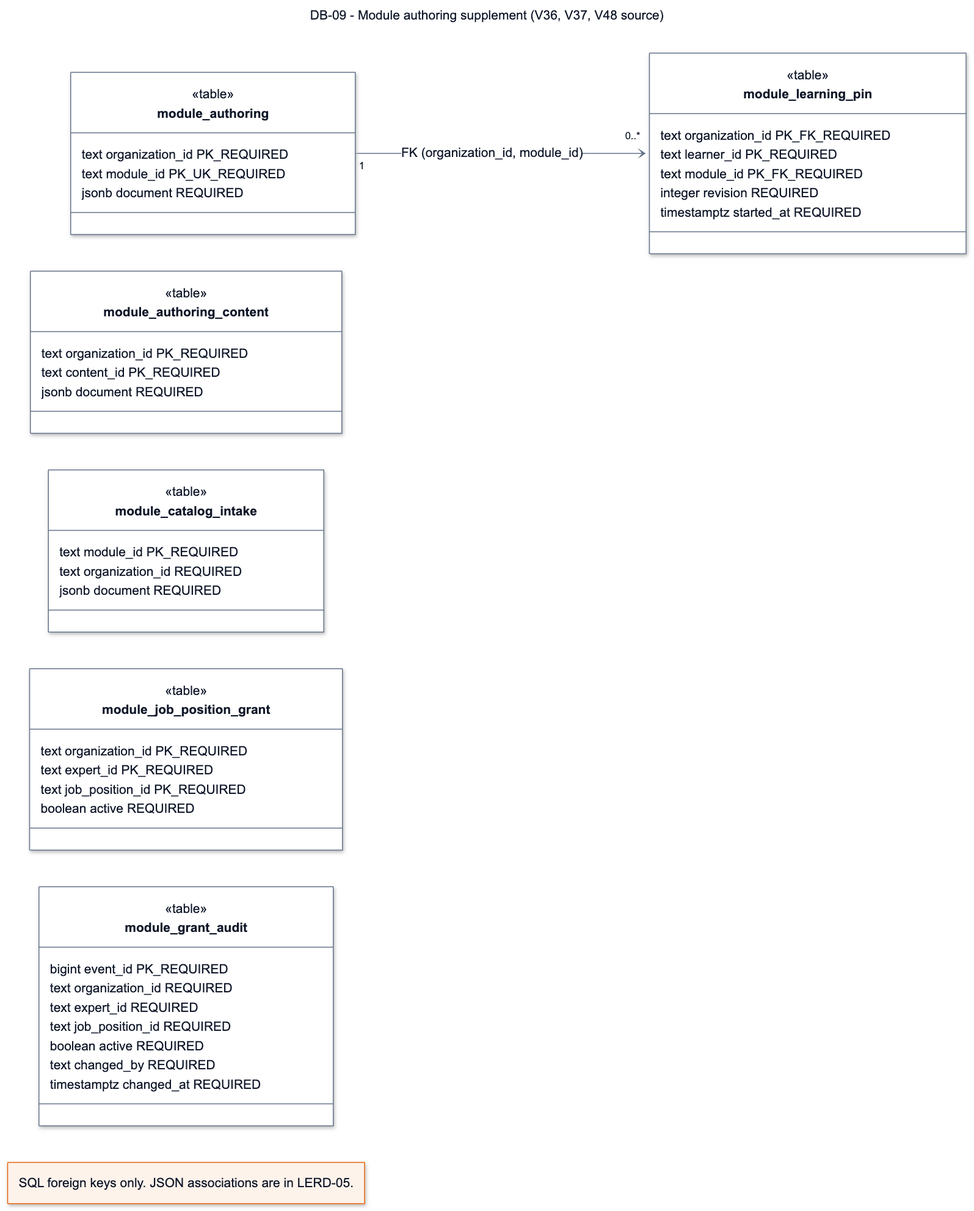
Before: documents/diagrams/mermaid/db-09.png, a diagram exported from Mermaid (SEP490-Fall-2026-GFA26SE64/SEP490). Its source is kept beside it as documents/diagrams/mermaid/db-09.mmd.
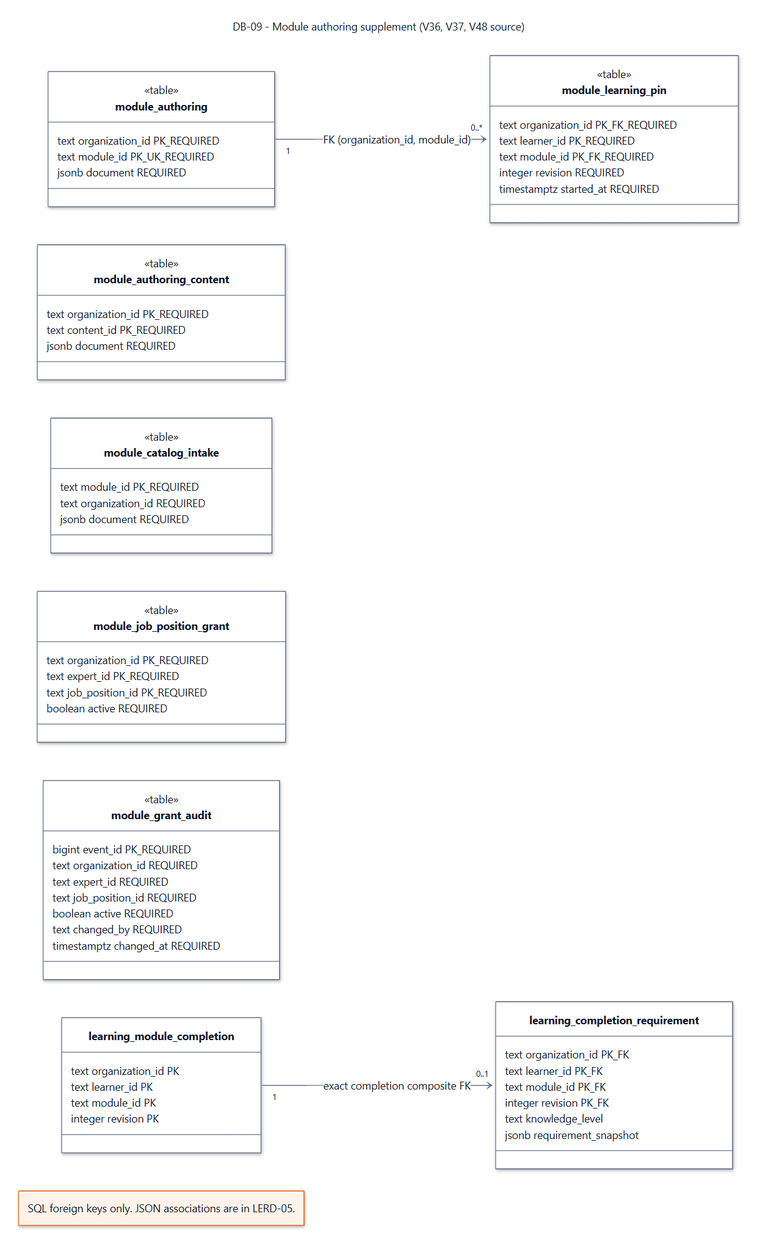
After the change.

Change to the diagram source:
```diff
@@ -1,7 +1,8 @@
 ---
 title: "DB-09 - Module authoring supplement (V36, V37, V48 source)"
-config: {"theme":"base","fontFamily":"Segoe UI, Arial, sans-serif","themeVariables":{"fontFamily":"Segoe UI, Arial, sans-serif","fontSize":"14px","primaryColor":"#ffffff","primaryTextColor":"#0f1729","primaryBorderColor":"#64748b","secondaryColor":"#fef3eb","tertiaryColor":"#ffffff","lineColor":"#64748b","textColor":"#0f1729","mainBkg":"#ffffff","background":"#ffffff","clusterBkg":"#ffffff","clusterBorder":"#64748b","edgeLabelBackground":"#ffffff","titleColor":"#0f1729","noteBkgColor":"#fef3eb","noteTextColor":"#0f1729","noteBorderColor":"#e6650f","classText":"#0f1729","secondaryBorderColor":"#64748b","tertiaryBorderColor":"#64748b","secondaryTextColor":"#0f1729","tertiaryTextColor":"#0f1729"},"layout":"elk","class":{"hideEmptyMembersBox":true,"nodeSpacing":44,"rankSpacing":70,"padding":12,"diagramPadding":24}}
+config: {"theme":"base","fontFamily":"Segoe UI, Arial, sans-serif","themeVariables":{"fontFamily":"Segoe UI, Arial, sans-serif","fontSize":"14px","primaryColor":"#ffffff","primaryTextColor":"#0f1729","primaryBorderColor":"#64748b","secondaryColor":"#fef3eb","tertiaryColor":"#ffffff","lineColor":"#64748b","textColor":"#0f1729","mainBkg":"#ffffff","background":"#ffffff","clusterBkg":"#ffffff","clusterBorder":"#64748b","edgeLabelBackground":"#ffffff","titleColor":"#0f1729","noteBkgColor":"#fef3eb","noteTextColor":"#0f1729","noteBorderColor":"#e6650f","classText":"#0f1729","secondaryBorderColor":"#64748b","tertiaryBorderColor":"#64748b","secondaryTextColor":"#0f1729","tertiaryTextColor":"#0f1729"},"layout":"dagre","class":{"hideEmptyMembersBox":true,"nodeSpacing":44,"rankSpacing":70,"padding":12,"diagramPadding":24}}
 ---
+
 classDiagram
   direction LR
   class M["module_authoring"] {
@@ -49,3 +50,18 @@
   }
   M "1" --> "0..*" P : FK (organization_id, module_id)
   note "SQL foreign keys only. JSON associations are in LERD-05."
+  class Completion["learning_module_completion"] {
+    text organization_id PK
+    text learner_id PK
+    text module_id PK
+    integer revision PK
+  }
+  class Requirement["learning_completion_requirement"] {
+    text organization_id PK_FK
+    text learner_id PK_FK
+    text module_id PK_FK
+    integer revision PK_FK
+    text knowledge_level
+    jsonb requirement_snapshot
+  }
+  Completion "1" --> "0..1" Requirement : exact completion composite FK
```
